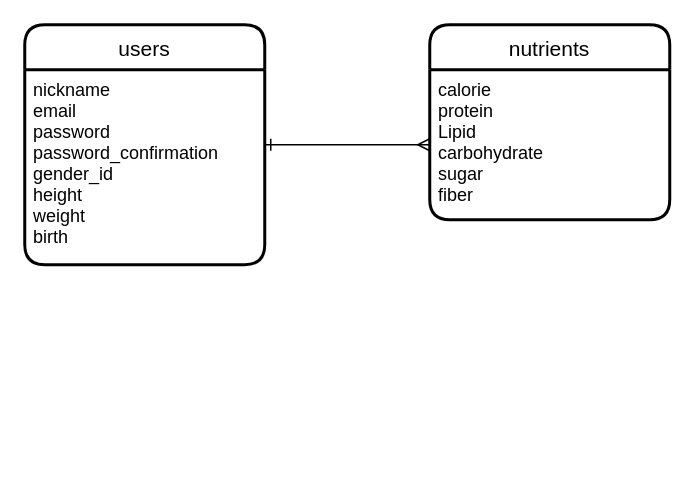
Earlier version of the draw.io diagram ER.dio (tectoshi/eat_healthy). Source tidied: cells renumbered, new cells numbered last; positions are measured from the earlier drawing's top-left corner, leaving out a move shared by most shapes. Both pictures are drawn from the tidied source at 150%, with x=0, y=0 at pixel (24, 24).
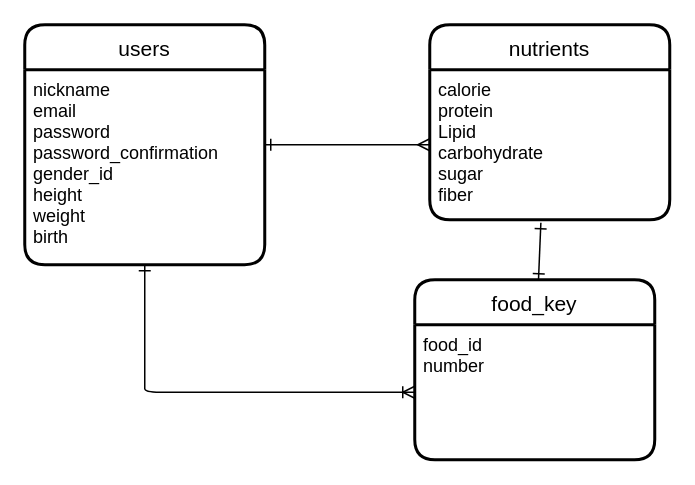
The same page after the edit.

Change to the diagram source:
```diff
@@
 <mxGraphModel>
   <root>
     <mxCell id="0" />
     <mxCell id="1" parent="0" />
     <mxCell id="2" style="edgeStyle=none;html=1;entryX=0;entryY=0.5;entryDx=0;entryDy=0;endArrow=ERmany;endFill=0;startArrow=ERone;startFill=0;" parent="1" edge="1" source="3" target="6">
       <mxGeometry relative="1" as="geometry" />
     </mxCell>
     <mxCell id="3" value="users" style="swimlane;horizontal=1;startSize=30;rounded=1;fontSize=14;fontStyle=0;strokeWidth=2;shadow=0;dashed=0;align=center;" parent="1" vertex="1">
       <mxGeometry width="160" height="160" as="geometry" />
     </mxCell>
     <mxCell id="4" value="nickname&#10;email&#10;password&#10;password_confirmation&#10;gender_id&#10;height&#10;weight&#10;birth" style="align=left;strokeColor=none;fillColor=none;spacingLeft=4;fontSize=12;verticalAlign=top;" parent="3" vertex="1">
       <mxGeometry y="30" width="160" height="130" as="geometry" />
     </mxCell>
     <mxCell id="5" value="nutrients" style="swimlane;horizontal=1;startSize=30;rounded=1;fontSize=14;fontStyle=0;strokeWidth=2;shadow=0;dashed=0;align=center;" parent="1" vertex="1">
       <mxGeometry x="270" width="160" height="130" as="geometry" />
     </mxCell>
     <mxCell id="6" value="calorie&#10;protein&#10;Lipid&#10;carbohydrate&#10;sugar&#10;fiber" style="align=left;strokeColor=none;fillColor=none;spacingLeft=4;fontSize=12;verticalAlign=top;" parent="5" vertex="1">
       <mxGeometry y="30" width="160" height="100" as="geometry" />
     </mxCell>
+    <mxCell id="7" style="edgeStyle=none;html=1;entryX=0.463;entryY=1.02;entryDx=0;entryDy=0;entryPerimeter=0;startArrow=ERone;startFill=0;endArrow=ERone;endFill=0;" parent="1" edge="1" source="8" target="6">
+      <mxGeometry relative="1" as="geometry" />
+    </mxCell>
+    <mxCell id="8" value="food_key" style="swimlane;horizontal=1;startSize=30;rounded=1;fontSize=14;fontStyle=0;strokeWidth=2;shadow=0;dashed=0;align=center;" parent="1" vertex="1">
+      <mxGeometry x="260" y="170" width="160" height="120" as="geometry" />
+    </mxCell>
+    <mxCell id="9" value="food_id&#10;number" style="align=left;strokeColor=none;fillColor=none;spacingLeft=4;fontSize=12;verticalAlign=top;" parent="8" vertex="1">
+      <mxGeometry y="30" width="160" height="90" as="geometry" />
+    </mxCell>
+    <mxCell id="10" style="edgeStyle=none;html=1;exitX=0.5;exitY=1;exitDx=0;exitDy=0;entryX=0;entryY=0.5;entryDx=0;entryDy=0;endArrow=ERoneToMany;endFill=0;startArrow=ERone;startFill=0;" parent="1" edge="1" source="4" target="9">
+      <mxGeometry relative="1" as="geometry">
+        <Array as="points">
+          <mxPoint x="80" y="235" />
+          <mxPoint x="80" y="245" />
+        </Array>
+      </mxGeometry>
+    </mxCell>
   </root>
 </mxGraphModel>
```
